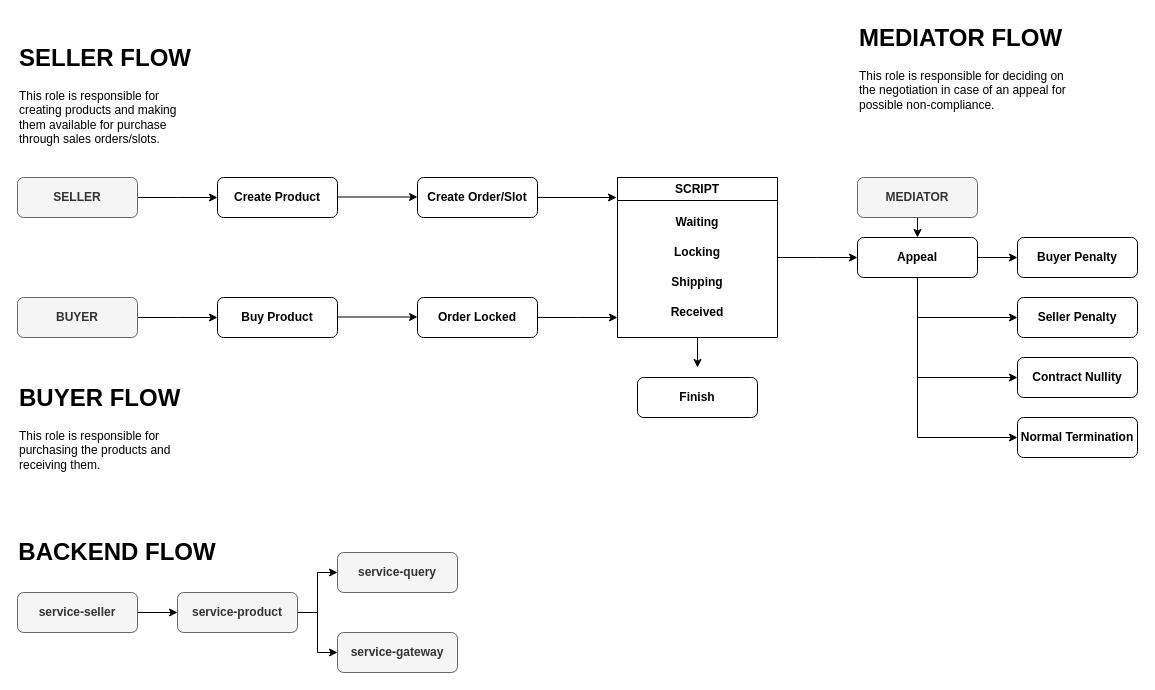
Before: z/docs/flujo.drawio in rey-sudo/core, a draw.io diagram. Source tidied: cells renumbered, new cells numbered last; positions are measured from the earlier drawing's top-left corner, leaving out a move shared by most shapes. Both pictures are drawn from the tidied source at 100%, with x=0, y=0 at pixel (17, 17).
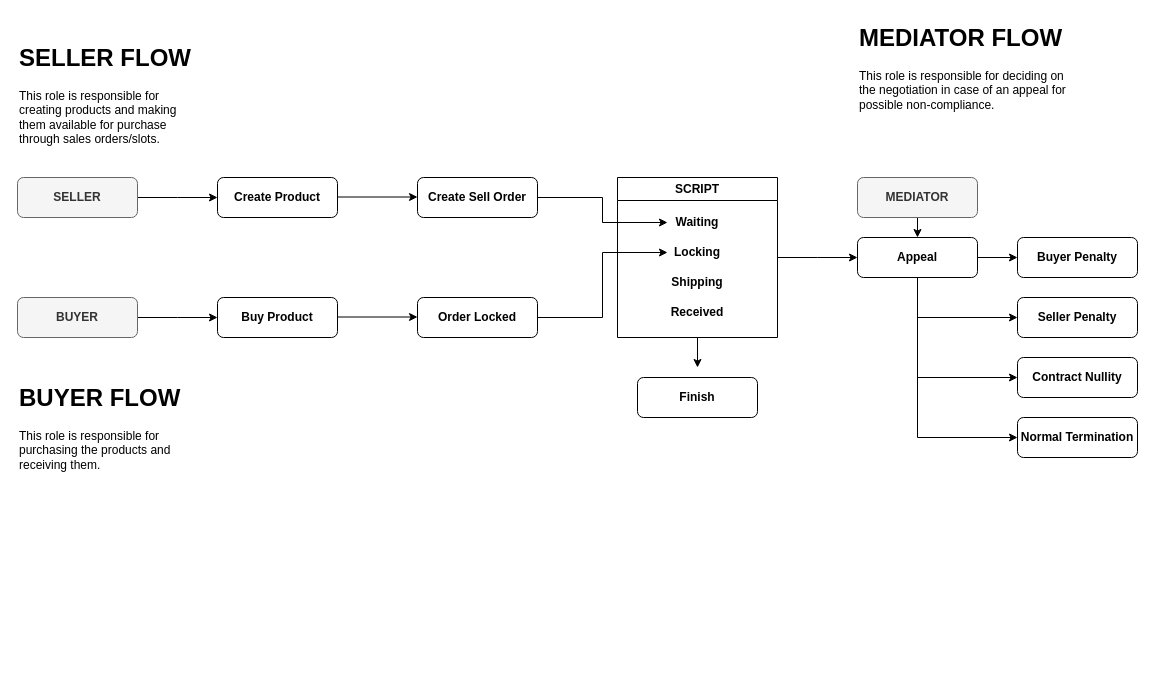
The same diagram, later.

Unchanged cells that the change refers to:
```xml
<mxCell id="13" value="&lt;b&gt;Order Locked&lt;/b&gt;" style="rounded=1;whiteSpace=wrap;html=1;" parent="1" vertex="1">
  <mxGeometry x="400" y="280" width="120" height="40" as="geometry" />
</mxCell>
<mxCell id="17" value="SCRIPT" style="swimlane;whiteSpace=wrap;html=1;" parent="1" vertex="1">
  <mxGeometry x="600" y="160" width="160" height="160" as="geometry" />
</mxCell>
<mxCell id="18" value="&lt;b&gt;Waiting&lt;/b&gt;" style="text;html=1;align=center;verticalAlign=middle;whiteSpace=wrap;rounded=0;" parent="17" vertex="1">
  <mxGeometry x="50" y="30" width="60" height="30" as="geometry" />
</mxCell>
<mxCell id="19" value="&lt;b&gt;Locking&lt;/b&gt;" style="text;html=1;align=center;verticalAlign=middle;whiteSpace=wrap;rounded=0;" parent="17" vertex="1">
  <mxGeometry x="50" y="60" width="60" height="30" as="geometry" />
</mxCell>
```

The edit, as a diff of the source:
```diff
@@
-    <mxCell id="6" value="&lt;b&gt;Create Order/Slot&lt;/b&gt;" style="rounded=1;whiteSpace=wrap;html=1;" parent="1" vertex="1">
+    <mxCell id="6" value="&lt;b&gt;Create Sell Order&lt;/b&gt;" style="rounded=1;whiteSpace=wrap;html=1;" parent="1" vertex="1">
       <mxGeometry x="400" y="160" width="120" height="40" as="geometry" />
     </mxCell>
@@
-    <mxCell id="12" style="edgeStyle=orthogonalEdgeStyle;rounded=0;jettySize=auto;html=1;exitX=1;exitY=0.5;exitDx=0;exitDy=0;" parent="1" edge="1" source="13">
-      <mxGeometry relative="1" as="geometry">
-        <mxPoint x="600" y="300" as="targetPoint" />
-      </mxGeometry>
+    <mxCell id="12" style="edgeStyle=orthogonalEdgeStyle;rounded=0;jettySize=auto;html=1;exitX=1;exitY=0.5;exitDx=0;exitDy=0;entryX=0;entryY=0.5;entryDx=0;entryDy=0;" parent="1" edge="1" source="13" target="19">
+      <mxGeometry relative="1" as="geometry" />
     </mxCell>
@@
-    <mxCell id="22" style="edgeStyle=orthogonalEdgeStyle;rounded=0;jettySize=auto;html=1;exitX=1;exitY=0.5;exitDx=0;exitDy=0;entryX=-0.006;entryY=0.125;entryDx=0;entryDy=0;entryPerimeter=0;" parent="1" edge="1" source="6" target="17">
+    <mxCell id="22" style="edgeStyle=orthogonalEdgeStyle;rounded=0;jettySize=auto;html=1;exitX=1;exitY=0.5;exitDx=0;exitDy=0;entryX=0;entryY=0.5;entryDx=0;entryDy=0;" parent="1" edge="1" source="6" target="18">
       <mxGeometry relative="1" as="geometry" />
     </mxCell>
@@
-    <mxCell id="36" style="edgeStyle=orthogonalEdgeStyle;rounded=0;jettySize=auto;html=1;exitX=1;exitY=0.5;exitDx=0;exitDy=0;entryX=0;entryY=0.5;entryDx=0;entryDy=0;" parent="1" edge="1" source="37" target="41">
-      <mxGeometry relative="1" as="geometry" />
-    </mxCell>
-    <mxCell id="37" value="&lt;b&gt;service-seller&lt;/b&gt;" style="rounded=1;whiteSpace=wrap;html=1;fillColor=#f5f5f5;fontColor=#333333;strokeColor=#666666;" parent="1" vertex="1">
-      <mxGeometry y="575" width="120" height="40" as="geometry" />
-    </mxCell>
-    <mxCell id="38" value="&lt;h1&gt;&lt;b&gt;BACKEND FLOW&lt;/b&gt;&lt;/h1&gt;" style="text;html=1;align=center;verticalAlign=middle;whiteSpace=wrap;rounded=0;" parent="1" vertex="1">
-      <mxGeometry y="520" width="200" height="30" as="geometry" />
-    </mxCell>
-    <mxCell id="39" style="edgeStyle=orthogonalEdgeStyle;rounded=0;jettySize=auto;html=1;exitX=1;exitY=0.5;exitDx=0;exitDy=0;entryX=0;entryY=0.5;entryDx=0;entryDy=0;" parent="1" edge="1" source="41" target="43">
-      <mxGeometry relative="1" as="geometry" />
-    </mxCell>
-    <mxCell id="40" style="edgeStyle=orthogonalEdgeStyle;rounded=0;jettySize=auto;html=1;exitX=1;exitY=0.5;exitDx=0;exitDy=0;entryX=0;entryY=0.5;entryDx=0;entryDy=0;" parent="1" edge="1" source="41" target="42">
-      <mxGeometry relative="1" as="geometry" />
-    </mxCell>
-    <mxCell id="41" value="&lt;b&gt;service-product&lt;/b&gt;" style="rounded=1;whiteSpace=wrap;html=1;fillColor=#f5f5f5;fontColor=#333333;strokeColor=#666666;" parent="1" vertex="1">
-      <mxGeometry x="160" y="575" width="120" height="40" as="geometry" />
-    </mxCell>
-    <mxCell id="42" value="&lt;b&gt;service-gateway&lt;/b&gt;" style="rounded=1;whiteSpace=wrap;html=1;fillColor=#f5f5f5;fontColor=#333333;strokeColor=#666666;" parent="1" vertex="1">
-      <mxGeometry x="320" y="615" width="120" height="40" as="geometry" />
-    </mxCell>
-    <mxCell id="43" value="&lt;b&gt;service-query&lt;/b&gt;" style="rounded=1;whiteSpace=wrap;html=1;fillColor=#f5f5f5;fontColor=#333333;strokeColor=#666666;" parent="1" vertex="1">
-      <mxGeometry x="320" y="535" width="120" height="40" as="geometry" />
-    </mxCell>
```
